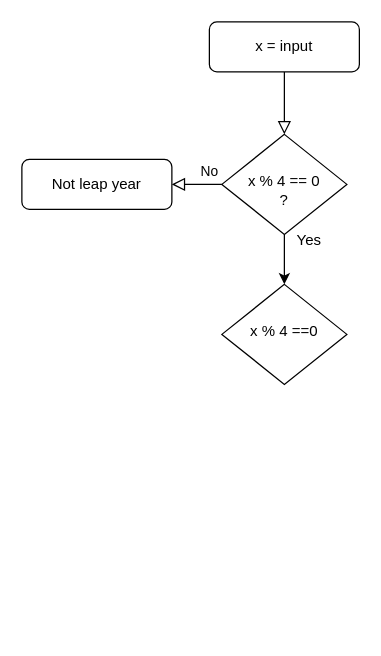
This is Udemy/leap_year_flowchart.drawio from Redhgar/Python_projects, a draw.io file, before an edit. Source tidied: cells renumbered, new cells numbered last; positions are measured from the earlier drawing's top-left corner, leaving out a move shared by most shapes. Both pictures are drawn from the tidied source at 125%, with x=0, y=0 at pixel (21, 21).
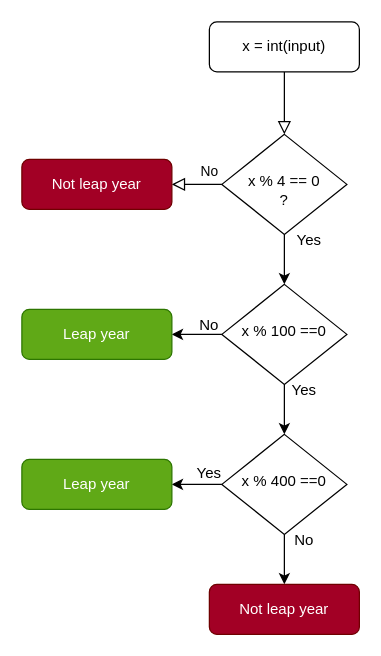
The same diagram, later.

Commit message (it also covers changes not shown here):
Leap_year_flowchart_finished

Change to the diagram source:
```diff
@@
-    <mxCell id="3" value="x = input" style="rounded=1;whiteSpace=wrap;html=1;fontSize=12;glass=0;strokeWidth=1;shadow=0;" parent="1" vertex="1">
+    <mxCell id="3" value="x = int(input)" style="rounded=1;whiteSpace=wrap;html=1;fontSize=12;glass=0;strokeWidth=1;shadow=0;" parent="1" vertex="1">
       <mxGeometry x="150" width="120" height="40" as="geometry" />
     </mxCell>
@@
-    <mxCell id="6" value="Not leap year" style="rounded=1;whiteSpace=wrap;html=1;fontSize=12;glass=0;strokeWidth=1;shadow=0;" parent="1" vertex="1">
+    <mxCell id="6" value="Not leap year" style="rounded=1;whiteSpace=wrap;html=1;fontSize=12;glass=0;strokeWidth=1;shadow=0;fillColor=#a20025;fontColor=#ffffff;strokeColor=#6F0000;" parent="1" vertex="1">
       <mxGeometry y="110" width="120" height="40" as="geometry" />
     </mxCell>
-    <mxCell id="7" value="x % 4 ==0" style="rhombus;whiteSpace=wrap;html=1;shadow=0;fontFamily=Helvetica;fontSize=12;align=center;strokeWidth=1;spacing=6;spacingTop=-4;" parent="1" vertex="1">
+    <mxCell id="7" value="x % 100 ==0" style="rhombus;whiteSpace=wrap;html=1;shadow=0;fontFamily=Helvetica;fontSize=12;align=center;strokeWidth=1;spacing=6;spacingTop=-4;" parent="1" vertex="1">
       <mxGeometry x="160" y="210" width="100" height="80" as="geometry" />
     </mxCell>
@@
+    <mxCell id="10" style="endArrow=classic;html=1;rounded=0;exitX=0.5;exitY=1;exitDx=0;exitDy=0;" parent="1" edge="1" source="7">
+      <mxGeometry relative="1" as="geometry">
+        <mxPoint x="210" y="330" as="targetPoint" />
+      </mxGeometry>
+    </mxCell>
+    <mxCell id="11" style="endArrow=classic;html=1;rounded=0;exitX=0;exitY=0.5;exitDx=0;exitDy=0;entryX=1;entryY=0.5;entryDx=0;entryDy=0;" parent="1" edge="1" source="7" target="15">
+      <mxGeometry relative="1" as="geometry" />
+    </mxCell>
+    <mxCell id="12" style="edgeStyle=orthogonalEdgeStyle;rounded=0;jettySize=auto;html=1;entryX=1;entryY=0.5;entryDx=0;entryDy=0;" parent="1" edge="1" source="14" target="18">
+      <mxGeometry relative="1" as="geometry" />
+    </mxCell>
+    <mxCell id="13" style="edgeStyle=orthogonalEdgeStyle;rounded=0;jettySize=auto;html=1;exitX=0.5;exitY=1;exitDx=0;exitDy=0;entryX=0.5;entryY=0;entryDx=0;entryDy=0;" parent="1" edge="1" source="14" target="20">
+      <mxGeometry relative="1" as="geometry" />
+    </mxCell>
+    <mxCell id="14" value="x % 400 ==0" style="rhombus;whiteSpace=wrap;html=1;shadow=0;fontFamily=Helvetica;fontSize=12;align=center;strokeWidth=1;spacing=6;spacingTop=-4;" parent="1" vertex="1">
+      <mxGeometry x="160" y="330" width="100" height="80" as="geometry" />
+    </mxCell>
+    <mxCell id="15" value="Leap year" style="rounded=1;whiteSpace=wrap;html=1;fontSize=12;glass=0;strokeWidth=1;shadow=0;fillColor=#60a917;fontColor=#ffffff;strokeColor=#2D7600;" parent="1" vertex="1">
+      <mxGeometry y="230" width="120" height="40" as="geometry" />
+    </mxCell>
+    <mxCell id="16" value="No" style="text;html=1;strokeColor=none;fillColor=none;align=center;verticalAlign=middle;whiteSpace=wrap;rounded=0;" parent="1" vertex="1">
+      <mxGeometry x="120" y="228" width="60" height="30" as="geometry" />
+    </mxCell>
+    <mxCell id="17" value="Yes" style="text;html=1;strokeColor=none;fillColor=none;align=center;verticalAlign=middle;whiteSpace=wrap;rounded=0;" parent="1" vertex="1">
+      <mxGeometry x="196" y="280" width="60" height="30" as="geometry" />
+    </mxCell>
+    <mxCell id="18" value="Leap year" style="rounded=1;whiteSpace=wrap;html=1;fontSize=12;glass=0;strokeWidth=1;shadow=0;fillColor=#60a917;fontColor=#ffffff;strokeColor=#2D7600;" parent="1" vertex="1">
+      <mxGeometry y="350" width="120" height="40" as="geometry" />
+    </mxCell>
+    <mxCell id="19" value="Yes" style="text;html=1;strokeColor=none;fillColor=none;align=center;verticalAlign=middle;whiteSpace=wrap;rounded=0;" parent="1" vertex="1">
+      <mxGeometry x="120" y="346" width="60" height="30" as="geometry" />
+    </mxCell>
+    <mxCell id="20" value="Not leap year" style="rounded=1;whiteSpace=wrap;html=1;fontSize=12;glass=0;strokeWidth=1;shadow=0;fillColor=#a20025;fontColor=#ffffff;strokeColor=#6F0000;" parent="1" vertex="1">
+      <mxGeometry x="150" y="450" width="120" height="40" as="geometry" />
+    </mxCell>
+    <mxCell id="21" value="No" style="text;html=1;strokeColor=none;fillColor=none;align=center;verticalAlign=middle;whiteSpace=wrap;rounded=0;" parent="1" vertex="1">
+      <mxGeometry x="196" y="400" width="60" height="30" as="geometry" />
+    </mxCell>
```
